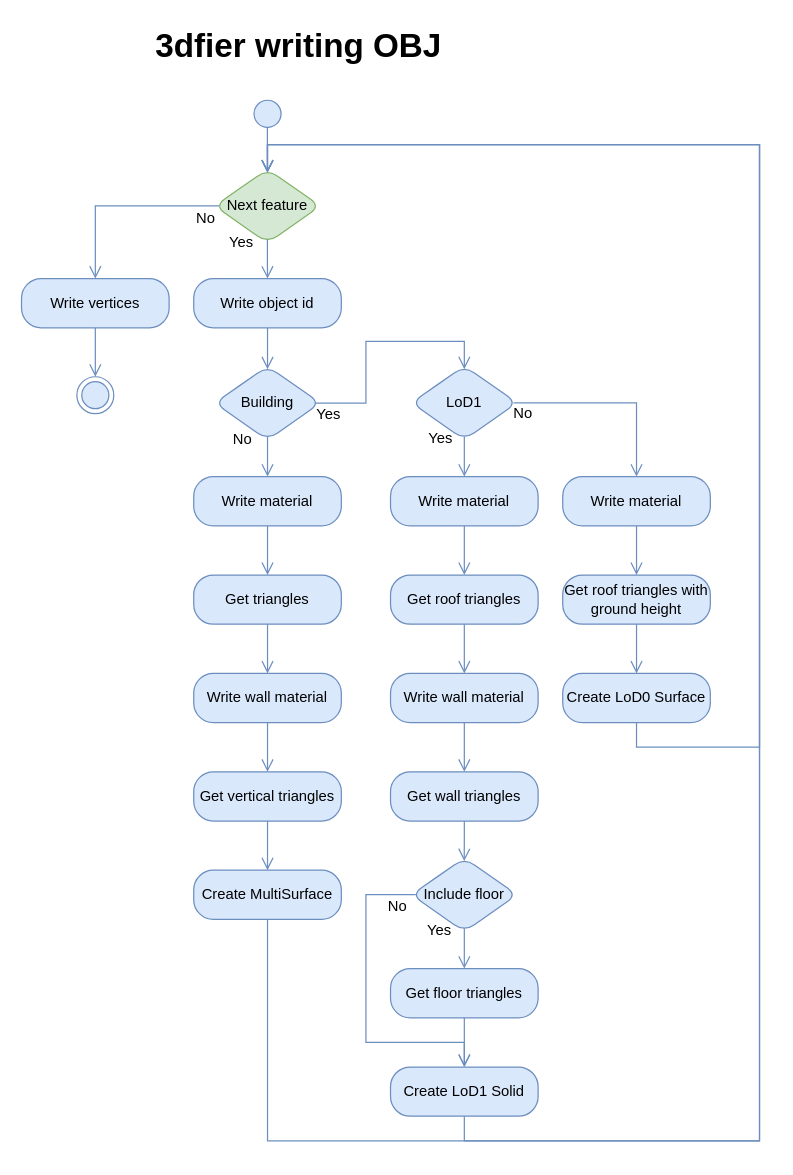
This is resources/flowdiagrams/3dfier_writing_model_obj.drawio from tudelft3d/3dfier, a draw.io file, before an edit. Source tidied: cells renumbered, new cells numbered last; positions are measured from the earlier drawing's top-left corner, leaving out a move shared by most shapes. Both pictures are drawn from the tidied source at 123%, with x=0, y=0 at pixel (21, 21).
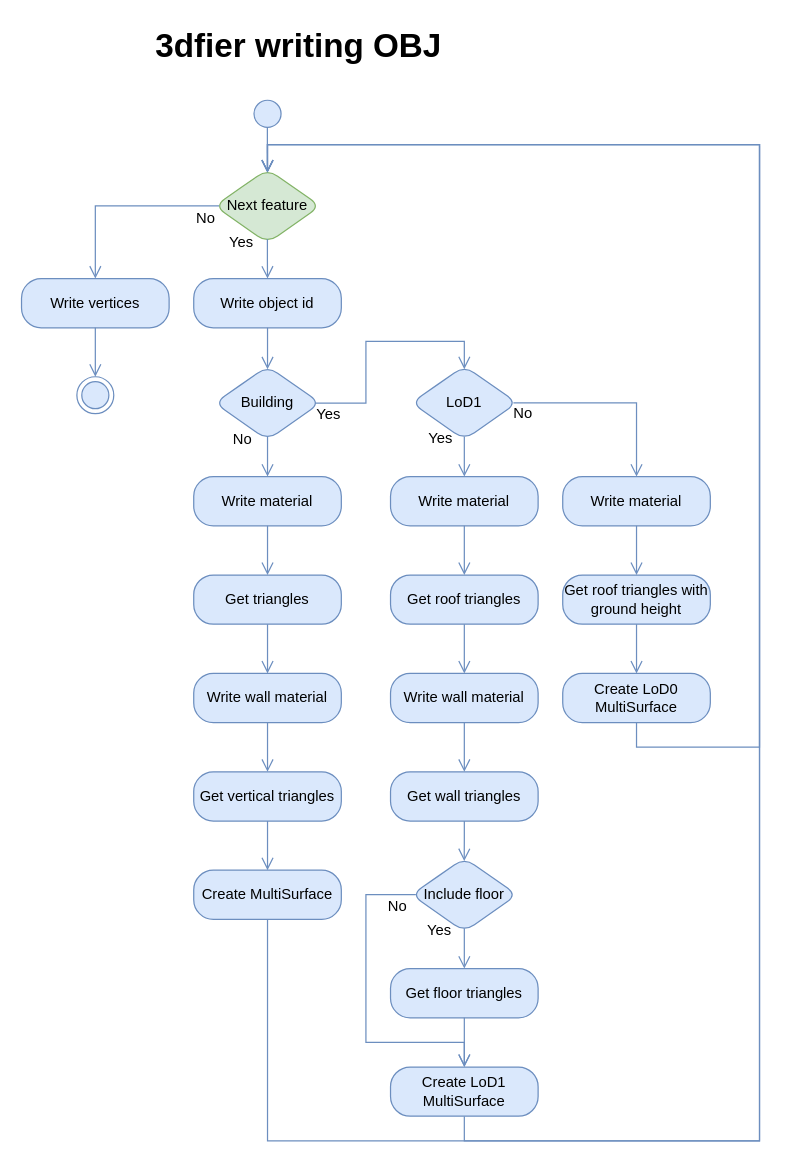
The same diagram, later.

Diff of the diagram source:
```diff
@@
-    <mxCell id="27" value="Create LoD1 Solid" style="rounded=1;whiteSpace=wrap;html=1;arcSize=40;fillColor=#dae8fc;strokeColor=#6c8ebf;shadow=0;" parent="1" vertex="1">
+    <mxCell id="27" value="Create LoD1 MultiSurface" style="rounded=1;whiteSpace=wrap;html=1;arcSize=40;fillColor=#dae8fc;strokeColor=#6c8ebf;shadow=0;" parent="1" vertex="1">
       <mxGeometry x="300" y="850" width="120" height="40" as="geometry" />
     </mxCell>
@@
-    <mxCell id="50" value="Create LoD0 Surface" style="rounded=1;whiteSpace=wrap;html=1;arcSize=40;fillColor=#dae8fc;strokeColor=#6c8ebf;shadow=0;" parent="1" vertex="1">
+    <mxCell id="50" value="Create LoD0 MultiSurface" style="rounded=1;whiteSpace=wrap;html=1;arcSize=40;fillColor=#dae8fc;strokeColor=#6c8ebf;shadow=0;" parent="1" vertex="1">
       <mxGeometry x="440" y="530" width="120" height="40" as="geometry" />
     </mxCell>
```
